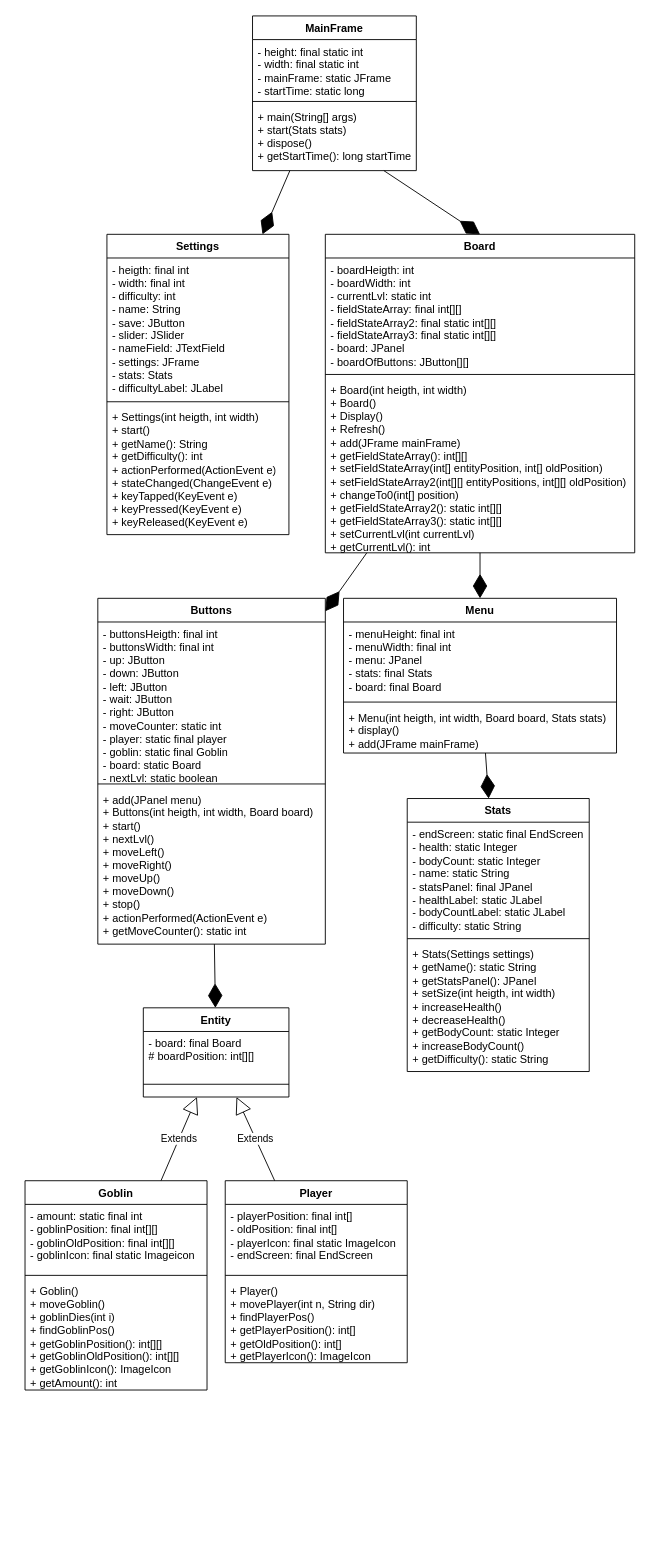
Before: Untitled Diagram.drawio in jacob-w4/Java-simple-game, a draw.io diagram. Source tidied: cells renumbered, new cells numbered last; positions are measured from the earlier drawing's top-left corner, leaving out a move shared by most shapes. Both pictures are drawn from the tidied source at 91%, with x=0, y=0 at pixel (25, 15).
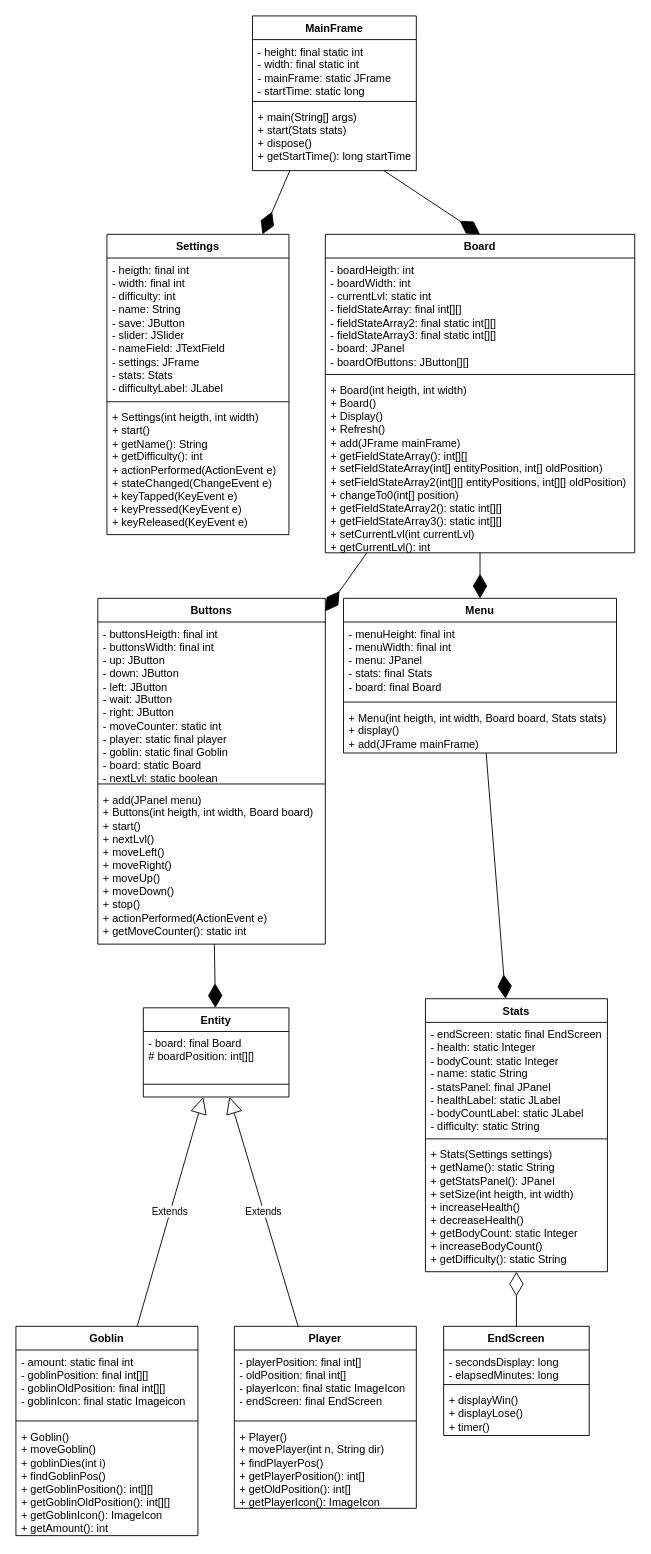
The same diagram, later.

Commit message:
Update Untitled Diagram 1.drawio

The edit, as a diff of the source:
```diff
@@
     <mxCell id="5" value="Goblin" style="swimlane;fontStyle=1;align=center;verticalAlign=top;horizontal=1;startSize=26;whiteSpace=wrap;html=1;" parent="1" vertex="1">
-      <mxGeometry y="1280" width="200" height="230" as="geometry" />
+      <mxGeometry x="-10" y="1440" width="200" height="230" as="geometry" />
     </mxCell>
@@
     <mxCell id="9" value="Player" style="swimlane;fontStyle=1;align=center;verticalAlign=top;horizontal=1;startSize=26;whiteSpace=wrap;html=1;" parent="1" vertex="1">
-      <mxGeometry x="220" y="1280" width="200" height="200" as="geometry" />
+      <mxGeometry x="230" y="1440" width="200" height="200" as="geometry" />
     </mxCell>
@@
     <mxCell id="40" value="Stats" style="swimlane;fontStyle=1;align=center;verticalAlign=top;horizontal=1;startSize=26;whiteSpace=wrap;html=1;" parent="1" vertex="1">
-      <mxGeometry x="420" y="860" width="200" height="300" as="geometry" />
+      <mxGeometry x="440" y="1080" width="200" height="300" as="geometry" />
     </mxCell>
@@
+    <mxCell id="45" style="endArrow=diamondThin;endFill=0;endSize=24;html=1;rounded=0;" parent="1" edge="1" source="46" target="40">
+      <mxGeometry relative="1" as="geometry" />
+    </mxCell>
+    <mxCell id="46" value="EndScreen" style="swimlane;fontStyle=1;align=center;verticalAlign=top;horizontal=1;startSize=26;whiteSpace=wrap;html=1;" parent="1" vertex="1">
+      <mxGeometry x="460" y="1440" width="160" height="120" as="geometry" />
+    </mxCell>
+    <mxCell id="47" value="- secondsDisplay: long&lt;br&gt;- elapsedMinutes: long" style="text;strokeColor=none;fillColor=none;align=left;verticalAlign=top;spacingLeft=4;spacingRight=4;overflow=hidden;whiteSpace=wrap;html=1;" parent="46" vertex="1">
+      <mxGeometry y="26" width="160" height="34" as="geometry" />
+    </mxCell>
+    <mxCell id="48" style="line;strokeWidth=1;fillColor=none;align=left;verticalAlign=middle;spacingTop=-1;spacingLeft=3;spacingRight=3;labelPosition=right;strokeColor=inherit;" parent="46" vertex="1">
+      <mxGeometry y="60" width="160" height="8" as="geometry" />
+    </mxCell>
+    <mxCell id="49" value="+ displayWin()&lt;br&gt;+ displayLose()&lt;br&gt;+ timer()" style="text;strokeColor=none;fillColor=none;align=left;verticalAlign=top;spacingLeft=4;spacingRight=4;overflow=hidden;whiteSpace=wrap;html=1;" parent="46" vertex="1">
+      <mxGeometry y="68" width="160" height="52" as="geometry" />
+    </mxCell>
```
